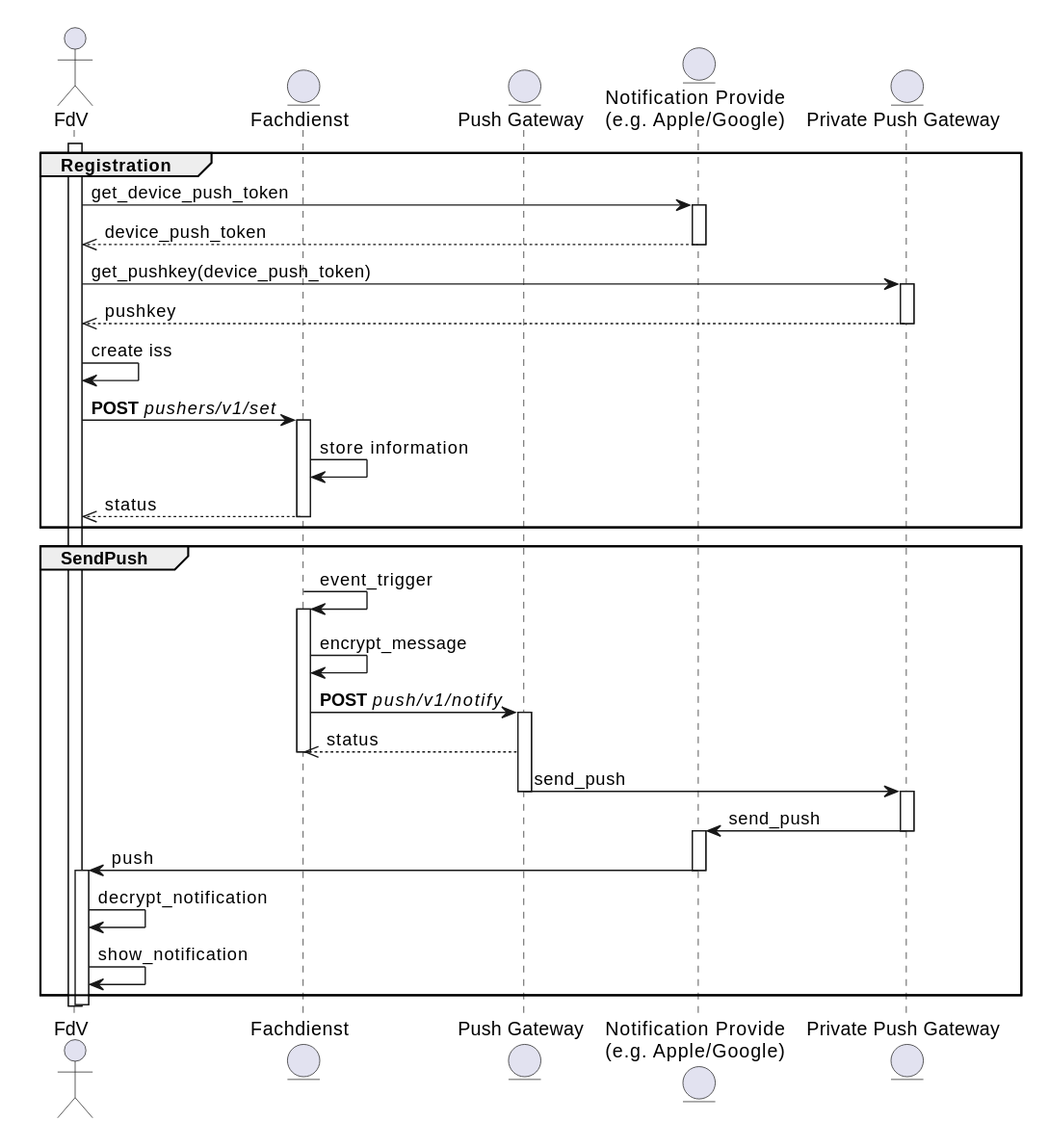
Above: images/diagrams/registration.svg in gematik/gem-push-notifications-concept (PlantUML), before the change.
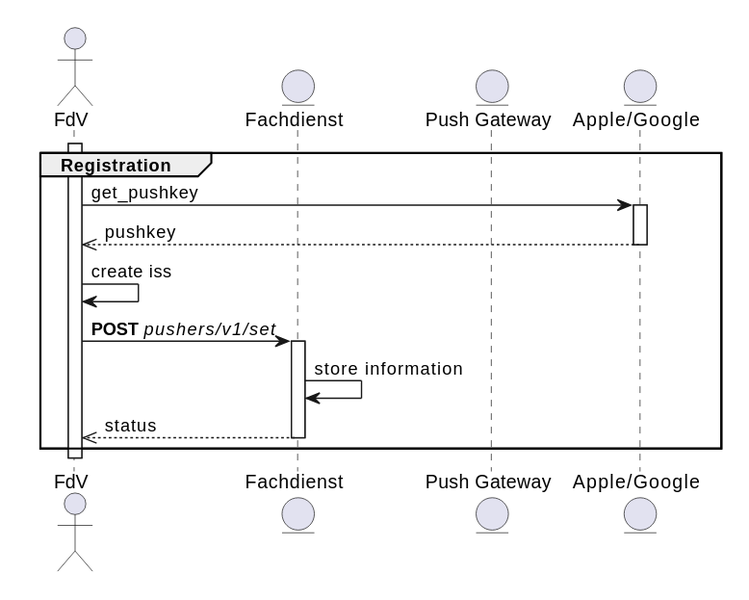
The same file after the commit.

The edit, as a diff of the source:
```diff
@@ -4,22 +4,14 @@
 actor "FdV" as App
 entity "Fachdienst" as Fachdienst
 entity "Push Gateway" as NotificationService
-entity "Notification Provide\n(e.g. Apple/Google)" as NotificationProvider
-
-entity "Private Push Gateway" as PrivateNotificationService
+entity "Apple/Google" as NotificationProvider
 
 group Registration
     activate App
-    App -> NotificationProvider : get_device_push_token
+    App -> NotificationProvider : get_pushkey
     activate NotificationProvider
-    NotificationProvider -->> App : device_push_token
+    NotificationProvider -->> App : pushkey
     deactivate NotificationProvider
-
-    App -> PrivateNotificationService : get_pushkey(device_push_token)
-    activate PrivateNotificationService
-    PrivateNotificationService -->> App : pushkey
-    deactivate PrivateNotificationService
-
     App -> App : create iss
     App -> Fachdienst : **POST** //pushers/v1/set//
     activate Fachdienst
@@ -27,30 +19,5 @@
     Fachdienst -->> App : status
     deactivate Fachdienst
 end
-
-group SendPush
-    Fachdienst -> Fachdienst : event_trigger
-    activate Fachdienst
-    Fachdienst -> Fachdienst : encrypt_message
-    Fachdienst -> NotificationService : **POST** //push/v1/notify//
-    activate NotificationService
-    NotificationService -->> Fachdienst : status
-    deactivate Fachdienst
-
-    NotificationService -> PrivateNotificationService : send_push
-    deactivate NotificationService
-    activate PrivateNotificationService
-    PrivateNotificationService -> NotificationProvider : send_push
-    deactivate PrivateNotificationService
-
-    activate NotificationProvider
-    NotificationProvider -> App : push
-    deactivate NotificationProvider
-
-    activate App
-    App -> App : decrypt_notification
-    App -> App : show_notification
-end
-
 deactivate App
 @enduml
```
